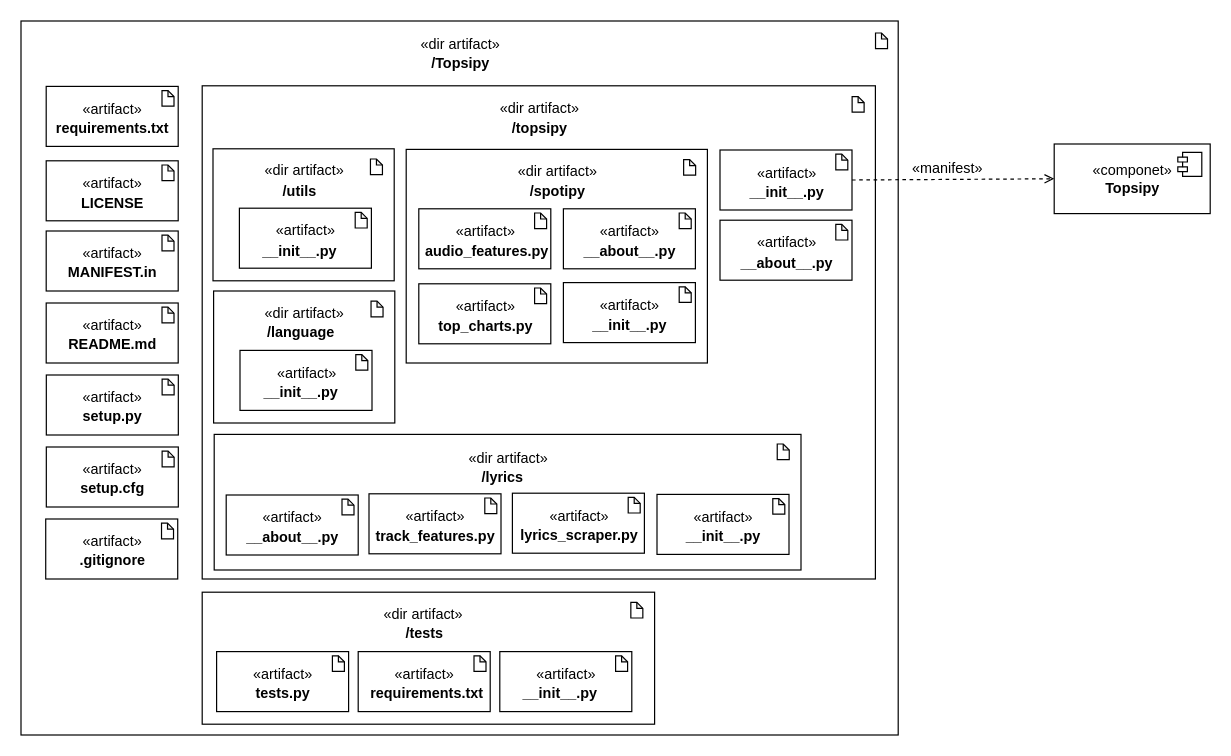
Above: page "Page-2" (3 of 5) of docs/source/_static/topsipy.drawio in DatosAbiertos2020/spotichart (draw.io), before the change. Source tidied: cells renumbered, new cells numbered last; positions are measured from the earlier drawing's top-left corner, leaving out a move shared by most shapes. Both pictures are drawn from the tidied source at 120%, with x=0, y=0 at pixel (20, 20).
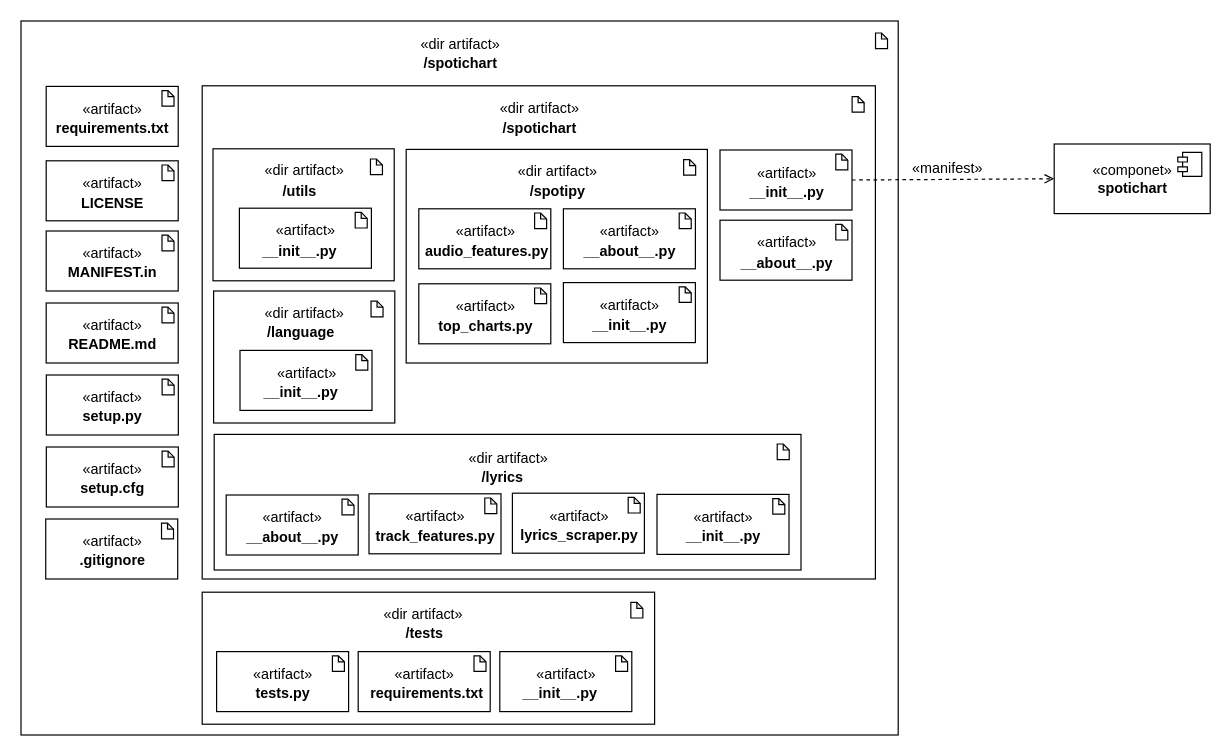
The same page after the edit.

The change refers to these unchanged cells:
```xml
<mxCell id="12" style="group;" parent="1" vertex="1">
  <mxGeometry x="325.5" y="9.5" width="80" height="36.5" as="geometry" />
</mxCell>
```

Change to the diagram source:
```diff
@@
-    <mxCell id="10" value="«componet»&lt;br&gt;&lt;b&gt;Topsipy&lt;/b&gt;" style="html=1;" parent="1" vertex="1">
+    <mxCell id="10" value="«componet»&lt;br&gt;&lt;b&gt;spotichart&lt;/b&gt;" style="html=1;" parent="1" vertex="1">
       <mxGeometry x="861" y="102.5" width="130" height="58" as="geometry" />
     </mxCell>
@@
-    <mxCell id="14" value="&lt;b&gt;/Topsipy&lt;/b&gt;" style="text;html=1;align=center;verticalAlign=top;spacingTop=-4;" parent="12" vertex="1">
-      <mxGeometry x="10" y="16.5" width="60" height="20" as="geometry" />
+    <mxCell id="14" value="&lt;b&gt;/spotichart&lt;/b&gt;" style="text;html=1;align=center;verticalAlign=top;spacingTop=-4;" parent="12" vertex="1">
+      <mxGeometry y="16.5" width="80" height="20" as="geometry" />
     </mxCell>
@@
     <mxCell id="47" style="group;" parent="1" vertex="1">
-      <mxGeometry x="391.5" y="63" width="80" height="26.5" as="geometry" />
+      <mxGeometry x="391.5" y="63" width="80" height="36.5" as="geometry" />
     </mxCell>
     <mxCell id="48" style="group;" parent="47" vertex="1">
-      <mxGeometry width="80" height="26.5" as="geometry" />
+      <mxGeometry width="80" height="36.5" as="geometry" />
     </mxCell>
@@
-    <mxCell id="50" value="&lt;b&gt;/topsipy&lt;/b&gt;" style="text;html=1;align=center;verticalAlign=top;spacingTop=-4;" parent="48" vertex="1">
-      <mxGeometry x="10" y="16.5" width="60" height="10" as="geometry" />
+    <mxCell id="50" value="&lt;b&gt;/spotichart&lt;/b&gt;" style="text;html=1;align=center;verticalAlign=top;spacingTop=-4;" parent="48" vertex="1">
+      <mxGeometry y="16.5" width="80" height="20" as="geometry" />
     </mxCell>
```
